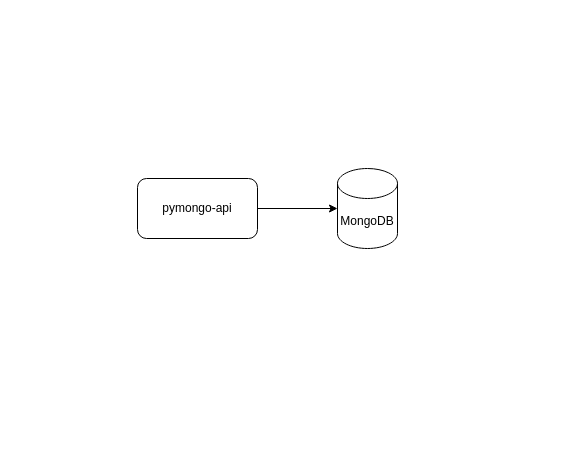
Above: sprint2/task1_shard.drawio in vbaglay/yandex-arch-diagrams (draw.io), before the change. Source tidied: cells renumbered, new cells numbered last; positions are measured from the earlier drawing's top-left corner, leaving out a move shared by most shapes. Both pictures are drawn from the tidied source at 100%, with x=0, y=0 at pixel (137, 168).
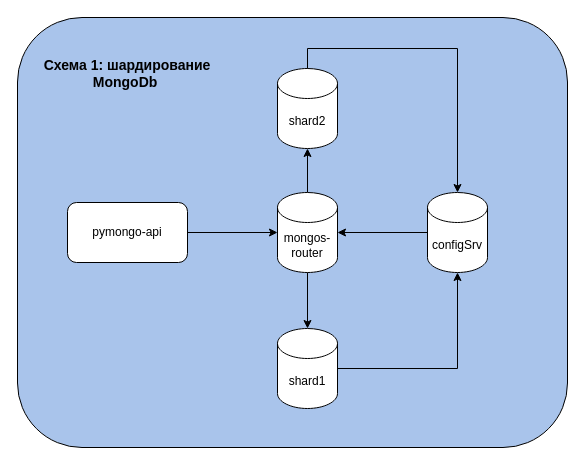
Above is the later version.

What changed in the source:
```diff
@@
 <mxGraphModel>
   <root>
     <mxCell id="0" />
     <mxCell id="1" parent="0" />
+    <mxCell id="5" style="rounded=1;whiteSpace=wrap;html=1;fillColor=#A9C4EB;" parent="1" vertex="1">
+      <mxGeometry x="-120" y="-151" width="550" height="430" as="geometry" />
+    </mxCell>
+    <mxCell id="6" style="edgeStyle=orthogonalEdgeStyle;rounded=0;jettySize=auto;html=1;" parent="1" edge="1" source="2" target="9">
+      <mxGeometry relative="1" as="geometry" />
+    </mxCell>
-    <mxCell id="2" value="MongoDB" style="shape=cylinder3;whiteSpace=wrap;html=1;boundedLbl=1;backgroundOutline=1;size=15;" parent="1" vertex="1">
-      <mxGeometry x="200" width="60" height="80" as="geometry" />
+    <mxCell id="2" value="configSrv" style="shape=cylinder3;whiteSpace=wrap;html=1;boundedLbl=1;backgroundOutline=1;size=15;" parent="1" vertex="1">
+      <mxGeometry x="290" y="24" width="60" height="80" as="geometry" />
     </mxCell>
     <mxCell id="3" value="pymongo-api" style="rounded=1;whiteSpace=wrap;html=1;" parent="1" vertex="1">
-      <mxGeometry y="10" width="120" height="60" as="geometry" />
+      <mxGeometry x="-70" y="34" width="120" height="60" as="geometry" />
     </mxCell>
-    <mxCell id="4" style="edgeStyle=orthogonalEdgeStyle;rounded=0;jettySize=auto;html=1;exitX=1;exitY=0.5;exitDx=0;exitDy=0;entryX=0;entryY=0.5;entryDx=0;entryDy=0;entryPerimeter=0;" parent="1" edge="1" source="3" target="2">
+    <mxCell id="4" style="edgeStyle=orthogonalEdgeStyle;rounded=0;jettySize=auto;html=1;exitX=1;exitY=0.5;exitDx=0;exitDy=0;" parent="1" edge="1" source="3" target="9">
       <mxGeometry relative="1" as="geometry" />
     </mxCell>
+    <mxCell id="7" style="edgeStyle=orthogonalEdgeStyle;rounded=0;jettySize=auto;html=1;exitX=0.5;exitY=1;exitDx=0;exitDy=0;exitPerimeter=0;" parent="1" edge="1" source="9" target="10">
+      <mxGeometry relative="1" as="geometry" />
+    </mxCell>
+    <mxCell id="8" style="edgeStyle=orthogonalEdgeStyle;rounded=0;jettySize=auto;html=1;" parent="1" edge="1" source="9" target="11">
+      <mxGeometry relative="1" as="geometry" />
+    </mxCell>
+    <mxCell id="9" value="mongos-router" style="shape=cylinder3;whiteSpace=wrap;html=1;boundedLbl=1;backgroundOutline=1;size=15;" parent="1" vertex="1">
+      <mxGeometry x="140" y="24" width="60" height="80" as="geometry" />
+    </mxCell>
+    <mxCell id="10" value="shard1" style="shape=cylinder3;whiteSpace=wrap;html=1;boundedLbl=1;backgroundOutline=1;size=15;" parent="1" vertex="1">
+      <mxGeometry x="140" y="160" width="60" height="80" as="geometry" />
+    </mxCell>
+    <mxCell id="11" value="shard2" style="shape=cylinder3;whiteSpace=wrap;html=1;boundedLbl=1;backgroundOutline=1;size=15;" parent="1" vertex="1">
+      <mxGeometry x="140" y="-100" width="60" height="80" as="geometry" />
+    </mxCell>
+    <mxCell id="12" style="edgeStyle=orthogonalEdgeStyle;rounded=0;jettySize=auto;html=1;entryX=0.5;entryY=1;entryDx=0;entryDy=0;entryPerimeter=0;" parent="1" edge="1" source="10" target="2">
+      <mxGeometry relative="1" as="geometry" />
+    </mxCell>
+    <mxCell id="13" style="edgeStyle=orthogonalEdgeStyle;rounded=0;jettySize=auto;html=1;entryX=0.5;entryY=0;entryDx=0;entryDy=0;entryPerimeter=0;exitX=0.5;exitY=0;exitDx=0;exitDy=0;exitPerimeter=0;" parent="1" edge="1" source="11" target="2">
+      <mxGeometry relative="1" as="geometry" />
+    </mxCell>
+    <mxCell id="14" value="&lt;font style=&quot;font-size: 14px;&quot;&gt;Схема 1: шардирование MongoDb&amp;nbsp;&lt;/font&gt;" style="text;html=1;align=center;verticalAlign=middle;whiteSpace=wrap;rounded=0;fontStyle=1;" parent="1" vertex="1">
+      <mxGeometry x="-110" y="-110" width="200" height="30" as="geometry" />
+    </mxCell>
   </root>
 </mxGraphModel>
```
